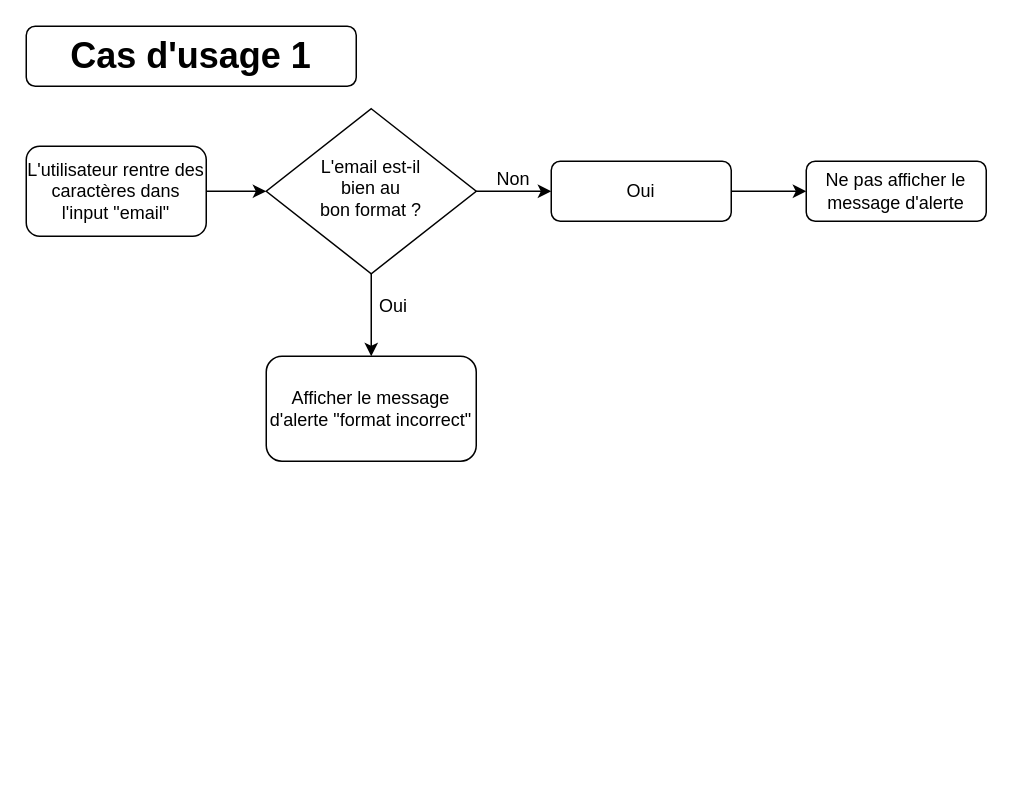
This is page "Page de connexion" (1 of 5) of Learn@Home_Diagrammes.drawio from Adv13/DENIE_Tiffany_10_03032022, a draw.io file, before an edit. Source tidied: cells renumbered, new cells numbered last; positions are measured from the earlier drawing's top-left corner, leaving out a move shared by most shapes. Both pictures are drawn from the tidied source at 150%, with x=0, y=0 at pixel (26, 26).
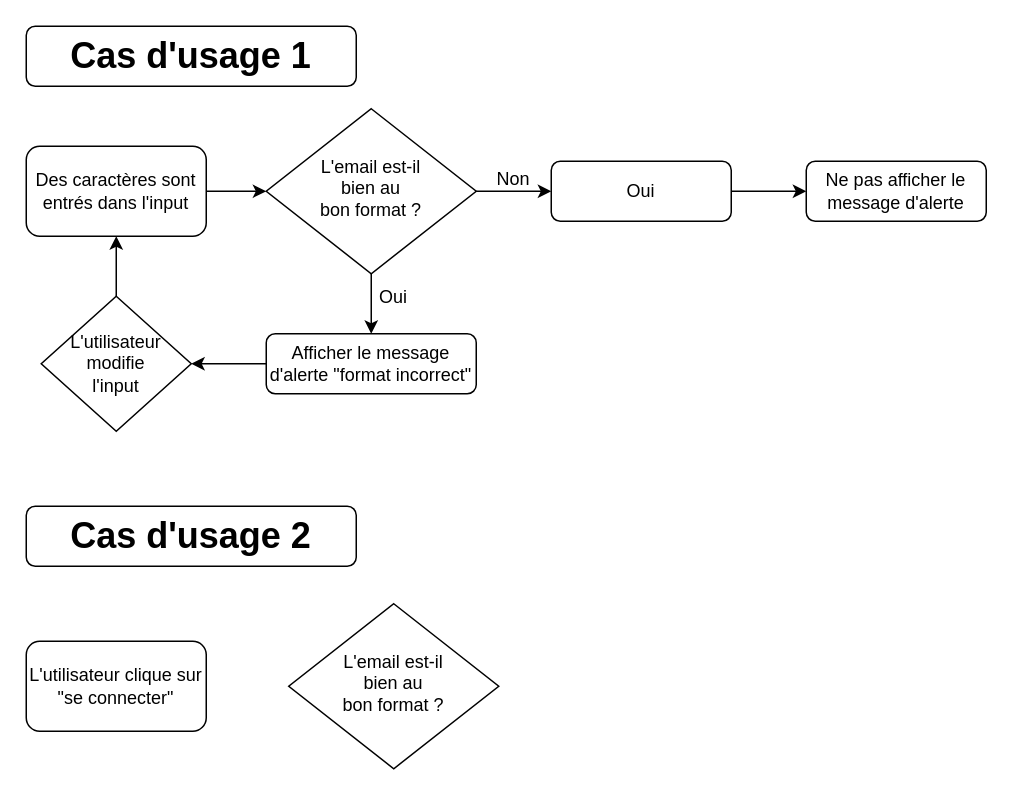
The same page after the edit.

What changed in the source:
```diff
@@
 <mxGraphModel>
   <root>
     <mxCell id="0" />
     <mxCell id="1" parent="0" />
     <mxCell id="2" value="&lt;b&gt;&lt;font style=&quot;font-size: 24px&quot;&gt;Cas d'usage 1&lt;/font&gt;&lt;/b&gt;" style="rounded=1;whiteSpace=wrap;html=1;fontSize=12;glass=0;strokeWidth=1;shadow=0;" parent="1" vertex="1">
       <mxGeometry width="220" height="40" as="geometry" />
     </mxCell>
     <mxCell id="3" style="edgeStyle=orthogonalEdgeStyle;rounded=0;jettySize=auto;html=1;exitX=0.5;exitY=1;exitDx=0;exitDy=0;fontSize=24;" parent="1" edge="1" source="5" target="8">
       <mxGeometry relative="1" as="geometry" />
     </mxCell>
     <mxCell id="4" style="edgeStyle=orthogonalEdgeStyle;rounded=0;jettySize=auto;html=1;exitX=1;exitY=0.5;exitDx=0;exitDy=0;entryX=0;entryY=0.5;entryDx=0;entryDy=0;fontSize=12;" parent="1" edge="1" source="5" target="7">
       <mxGeometry relative="1" as="geometry" />
     </mxCell>
     <mxCell id="5" value="L'email est-il&lt;br&gt;bien au&lt;br&gt;bon format ?" style="rhombus;whiteSpace=wrap;html=1;shadow=0;fontFamily=Helvetica;fontSize=12;align=center;strokeWidth=1;spacing=6;spacingTop=-4;" parent="1" vertex="1">
       <mxGeometry x="160" y="55" width="140" height="110" as="geometry" />
     </mxCell>
     <mxCell id="6" style="edgeStyle=orthogonalEdgeStyle;rounded=0;jettySize=auto;html=1;exitX=1;exitY=0.5;exitDx=0;exitDy=0;fontSize=24;" parent="1" edge="1" source="7" target="9">
       <mxGeometry relative="1" as="geometry" />
     </mxCell>
     <mxCell id="7" value="Oui" style="rounded=1;whiteSpace=wrap;html=1;fontSize=12;glass=0;strokeWidth=1;shadow=0;" parent="1" vertex="1">
       <mxGeometry x="350" y="90" width="120" height="40" as="geometry" />
     </mxCell>
+    <mxCell id="14" style="edgeStyle=orthogonalEdgeStyle;rounded=0;jettySize=auto;html=1;exitX=0;exitY=0.5;exitDx=0;exitDy=0;entryX=1;entryY=0.5;entryDx=0;entryDy=0;fontSize=12;" parent="1" edge="1" source="8" target="16">
+      <mxGeometry relative="1" as="geometry" />
+    </mxCell>
     <mxCell id="8" value="Afficher le message d'alerte &quot;format incorrect&quot;" style="rounded=1;whiteSpace=wrap;html=1;fontSize=12;glass=0;strokeWidth=1;shadow=0;" parent="1" vertex="1">
-      <mxGeometry x="160" y="220" width="140" height="70" as="geometry" />
+      <mxGeometry x="160" y="205" width="140" height="40" as="geometry" />
     </mxCell>
     <mxCell id="9" value="Ne pas afficher le message d'alerte" style="rounded=1;whiteSpace=wrap;html=1;fontSize=12;glass=0;strokeWidth=1;shadow=0;" parent="1" vertex="1">
       <mxGeometry x="520" y="90" width="120" height="40" as="geometry" />
     </mxCell>
     <mxCell id="10" style="edgeStyle=orthogonalEdgeStyle;rounded=0;jettySize=auto;html=1;exitX=1;exitY=0.5;exitDx=0;exitDy=0;entryX=0;entryY=0.5;entryDx=0;entryDy=0;" parent="1" edge="1" source="11" target="5">
       <mxGeometry relative="1" as="geometry" />
     </mxCell>
-    <mxCell id="11" value="L'utilisateur rentre des caractères dans l'input &quot;email&quot;" style="rounded=1;whiteSpace=wrap;html=1;" parent="1" vertex="1">
+    <mxCell id="11" value="Des caractères sont entrés dans l'input" style="rounded=1;whiteSpace=wrap;html=1;" parent="1" vertex="1">
       <mxGeometry y="80" width="120" height="60" as="geometry" />
     </mxCell>
     <mxCell id="12" value="Oui" style="text;html=1;strokeColor=none;fillColor=none;align=center;verticalAlign=middle;whiteSpace=wrap;rounded=0;fontSize=12;" parent="1" vertex="1">
-      <mxGeometry x="230" y="177" width="30" height="20" as="geometry" />
+      <mxGeometry x="230" y="171" width="30" height="20" as="geometry" />
     </mxCell>
     <mxCell id="13" value="Non" style="text;html=1;strokeColor=none;fillColor=none;align=center;verticalAlign=middle;whiteSpace=wrap;rounded=0;fontSize=12;" parent="1" vertex="1">
       <mxGeometry x="310" y="92" width="30" height="20" as="geometry" />
     </mxCell>
+    <mxCell id="15" style="edgeStyle=orthogonalEdgeStyle;rounded=0;jettySize=auto;html=1;exitX=0.5;exitY=0;exitDx=0;exitDy=0;entryX=0.5;entryY=1;entryDx=0;entryDy=0;fontSize=12;" parent="1" edge="1" source="16" target="11">
+      <mxGeometry relative="1" as="geometry" />
+    </mxCell>
+    <mxCell id="16" value="L'utilisateur modifie&lt;br&gt;l'input" style="rhombus;whiteSpace=wrap;html=1;fontSize=12;" parent="1" vertex="1">
+      <mxGeometry x="10" y="180" width="100" height="90" as="geometry" />
+    </mxCell>
+    <mxCell id="17" value="&lt;b&gt;&lt;font style=&quot;font-size: 24px&quot;&gt;Cas d'usage 2&lt;/font&gt;&lt;/b&gt;" style="rounded=1;whiteSpace=wrap;html=1;fontSize=12;glass=0;strokeWidth=1;shadow=0;" parent="1" vertex="1">
+      <mxGeometry y="320" width="220" height="40" as="geometry" />
+    </mxCell>
+    <mxCell id="18" value="L'utilisateur clique sur &quot;se connecter&quot;" style="rounded=1;whiteSpace=wrap;html=1;" parent="1" vertex="1">
+      <mxGeometry y="410" width="120" height="60" as="geometry" />
+    </mxCell>
+    <mxCell id="19" value="L'email est-il&lt;br&gt;bien au&lt;br&gt;bon format ?" style="rhombus;whiteSpace=wrap;html=1;shadow=0;fontFamily=Helvetica;fontSize=12;align=center;strokeWidth=1;spacing=6;spacingTop=-4;" parent="1" vertex="1">
+      <mxGeometry x="175" y="385" width="140" height="110" as="geometry" />
+    </mxCell>
   </root>
 </mxGraphModel>
```
